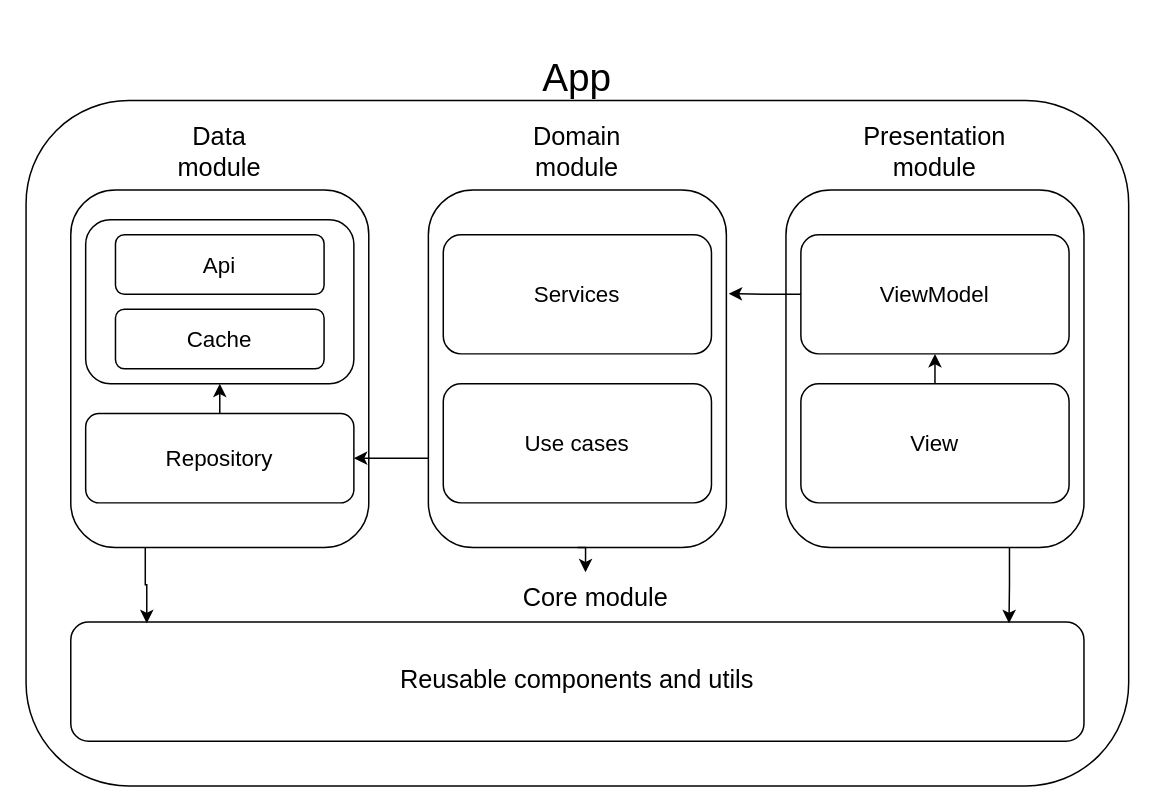
Before: page "Page-2" (2 of 2) of architecture.drawio in AEZakmee/cocktail_me_app, a draw.io diagram. Source tidied: cells renumbered, new cells numbered last; positions are measured from the earlier drawing's top-left corner, leaving out a move shared by most shapes. Both pictures are drawn from the tidied source at 149%, with x=0, y=0 at pixel (25, 55).
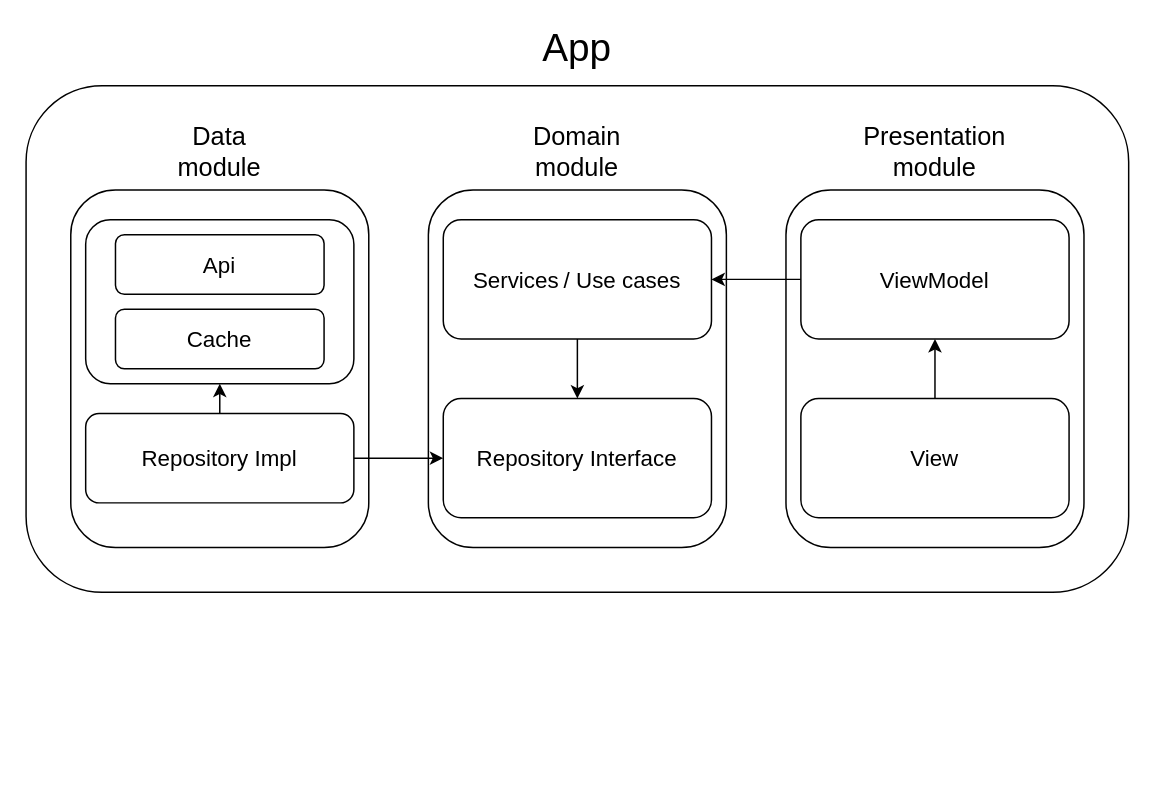
The same page after the edit.

The change refers to these unchanged cells:
```xml
<mxCell id="3" style="rounded=1;whiteSpace=wrap;html=1;" parent="1" vertex="1">
  <mxGeometry x="30" y="90" width="200" height="240" as="geometry" />
</mxCell>
<mxCell id="5" style="rounded=1;whiteSpace=wrap;html=1;" parent="1" vertex="1">
  <mxGeometry x="270" y="90" width="200" height="240" as="geometry" />
</mxCell>
<mxCell id="7" style="rounded=1;whiteSpace=wrap;html=1;" parent="1" vertex="1">
  <mxGeometry x="510" y="90" width="200" height="240" as="geometry" />
</mxCell>
```

What changed in the source:
```diff
@@
     <mxCell id="2" style="rounded=1;whiteSpace=wrap;html=1;" parent="1" vertex="1">
-      <mxGeometry y="30" width="740" height="460" as="geometry" />
+      <mxGeometry y="20" width="740" height="340" as="geometry" />
     </mxCell>
@@
     <mxCell id="9" value="&lt;font style=&quot;font-size: 26px;&quot;&gt;App&lt;/font&gt;" style="text;html=1;strokeColor=none;fillColor=none;align=center;verticalAlign=middle;whiteSpace=wrap;rounded=0;" parent="1" vertex="1">
-      <mxGeometry x="340" width="60" height="30" as="geometry" />
+      <mxGeometry x="340" y="-20" width="60" height="30" as="geometry" />
     </mxCell>
-    <mxCell id="10" value="&lt;font style=&quot;font-size: 17px;&quot;&gt;Reusable components and utils&lt;/font&gt;" style="rounded=1;whiteSpace=wrap;html=1;" parent="1" vertex="1">
-      <mxGeometry x="30" y="380" width="680" height="80" as="geometry" />
-    </mxCell>
-    <mxCell id="11" value="&lt;font style=&quot;font-size: 17px;&quot;&gt;Core module&lt;/font&gt;" style="text;html=1;strokeColor=none;fillColor=none;align=center;verticalAlign=middle;whiteSpace=wrap;rounded=0;" parent="1" vertex="1">
-      <mxGeometry x="330" y="350" width="105" height="30" as="geometry" />
-    </mxCell>
+    <mxCell id="27" style="edgeStyle=orthogonalEdgeStyle;rounded=0;jettySize=auto;html=1;" parent="1" edge="1" source="12" target="30">
+      <mxGeometry relative="1" as="geometry" />
+    </mxCell>
-    <mxCell id="12" value="&lt;font style=&quot;font-size: 15px;&quot;&gt;Services&lt;/font&gt;" style="rounded=1;whiteSpace=wrap;html=1;" parent="1" vertex="1">
-      <mxGeometry x="280" y="120" width="180" height="80" as="geometry" />
+    <mxCell id="12" value="&lt;font style=&quot;font-size: 15px;&quot;&gt;Services&lt;/font&gt; &lt;font style=&quot;font-size: 15px;&quot;&gt;/ Use cases&lt;/font&gt;" style="rounded=1;whiteSpace=wrap;html=1;" parent="1" vertex="1">
+      <mxGeometry x="280" y="110" width="180" height="80" as="geometry" />
     </mxCell>
-    <mxCell id="13" value="&lt;font style=&quot;font-size: 15px;&quot;&gt;Use cases&lt;/font&gt;" style="rounded=1;whiteSpace=wrap;html=1;" parent="1" vertex="1">
-      <mxGeometry x="280" y="220" width="180" height="80" as="geometry" />
-    </mxCell>
+    <mxCell id="28" style="edgeStyle=orthogonalEdgeStyle;rounded=0;jettySize=auto;html=1;exitX=0;exitY=0.5;exitDx=0;exitDy=0;entryX=1;entryY=0.5;entryDx=0;entryDy=0;" parent="1" edge="1" source="14" target="12">
+      <mxGeometry relative="1" as="geometry" />
+    </mxCell>
     <mxCell id="14" value="&lt;font style=&quot;font-size: 15px;&quot;&gt;ViewModel&lt;/font&gt;" style="rounded=1;whiteSpace=wrap;html=1;" parent="1" vertex="1">
-      <mxGeometry x="520" y="120" width="180" height="80" as="geometry" />
+      <mxGeometry x="520" y="110" width="180" height="80" as="geometry" />
     </mxCell>
@@
     <mxCell id="16" value="&lt;font style=&quot;font-size: 15px;&quot;&gt;View&lt;/font&gt;" style="rounded=1;whiteSpace=wrap;html=1;" parent="1" vertex="1">
-      <mxGeometry x="520" y="220" width="180" height="80" as="geometry" />
+      <mxGeometry x="520" y="230" width="180" height="80" as="geometry" />
     </mxCell>
-    <mxCell id="17" style="edgeStyle=orthogonalEdgeStyle;rounded=0;jettySize=auto;html=1;exitX=0;exitY=0.5;exitDx=0;exitDy=0;entryX=1.008;entryY=0.29;entryDx=0;entryDy=0;entryPerimeter=0;" parent="1" edge="1" source="14" target="5">
-      <mxGeometry relative="1" as="geometry" />
-    </mxCell>
-    <mxCell id="18" style="edgeStyle=orthogonalEdgeStyle;rounded=0;jettySize=auto;html=1;exitX=0;exitY=0.75;exitDx=0;exitDy=0;entryX=1;entryY=0.5;entryDx=0;entryDy=0;" parent="1" edge="1" source="5" target="20">
-      <mxGeometry relative="1" as="geometry" />
-    </mxCell>
@@
+    <mxCell id="29" style="edgeStyle=orthogonalEdgeStyle;rounded=0;jettySize=auto;html=1;exitX=1;exitY=0.5;exitDx=0;exitDy=0;" parent="1" edge="1" source="20" target="30">
+      <mxGeometry relative="1" as="geometry" />
+    </mxCell>
-    <mxCell id="20" value="&lt;font style=&quot;font-size: 15px;&quot;&gt;Repository&lt;/font&gt;" style="rounded=1;whiteSpace=wrap;html=1;" parent="1" vertex="1">
+    <mxCell id="20" value="&lt;font style=&quot;font-size: 15px;&quot;&gt;Repository Impl&lt;br&gt;&lt;/font&gt;" style="rounded=1;whiteSpace=wrap;html=1;" parent="1" vertex="1">
       <mxGeometry x="40" y="240" width="180" height="60" as="geometry" />
     </mxCell>
@@
-    <mxCell id="24" style="edgeStyle=orthogonalEdgeStyle;rounded=0;jettySize=auto;html=1;exitX=0.5;exitY=1;exitDx=0;exitDy=0;entryX=0.433;entryY=-0.112;entryDx=0;entryDy=0;entryPerimeter=0;" parent="1" edge="1" source="5" target="11">
-      <mxGeometry relative="1" as="geometry" />
-    </mxCell>
-    <mxCell id="25" style="edgeStyle=orthogonalEdgeStyle;rounded=0;jettySize=auto;html=1;exitX=0.25;exitY=1;exitDx=0;exitDy=0;entryX=0.075;entryY=0.01;entryDx=0;entryDy=0;entryPerimeter=0;" parent="1" edge="1" source="3" target="10">
-      <mxGeometry relative="1" as="geometry" />
-    </mxCell>
-    <mxCell id="26" style="edgeStyle=orthogonalEdgeStyle;rounded=0;jettySize=auto;html=1;exitX=0.75;exitY=1;exitDx=0;exitDy=0;entryX=0.926;entryY=0.01;entryDx=0;entryDy=0;entryPerimeter=0;" parent="1" edge="1" source="7" target="10">
-      <mxGeometry relative="1" as="geometry" />
-    </mxCell>
+    <mxCell id="30" value="&lt;font style=&quot;font-size: 15px;&quot;&gt;Repository Interface&lt;br&gt;&lt;/font&gt;" style="rounded=1;whiteSpace=wrap;html=1;" parent="1" vertex="1">
+      <mxGeometry x="280" y="230" width="180" height="80" as="geometry" />
+    </mxCell>
+    <mxCell id="31" style="edgeStyle=orthogonalEdgeStyle;rounded=0;orthogonalLoop=1;jettySize=auto;html=1;exitX=0.5;exitY=1;exitDx=0;exitDy=0;" parent="1" edge="1" source="2" target="2">
+      <mxGeometry relative="1" as="geometry" />
+    </mxCell>
```
